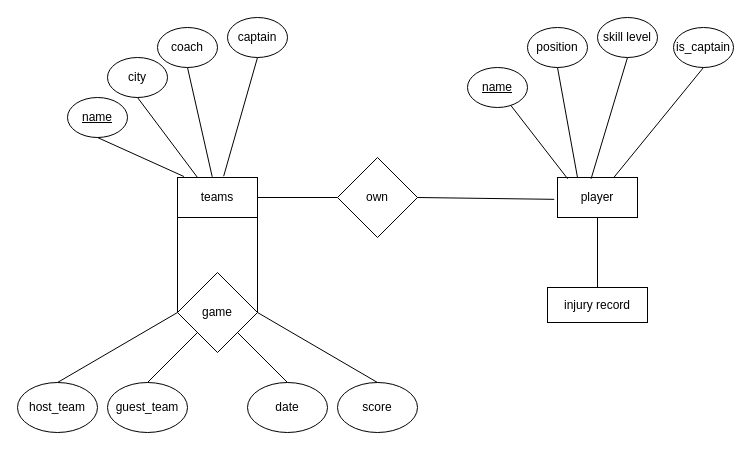
This is hw2_part8A.drawio from jamessu1201/Database_System, a draw.io file, before an edit. Source tidied: cells renumbered, new cells numbered last; positions are measured from the earlier drawing's top-left corner, leaving out a move shared by most shapes. Both pictures are drawn from the tidied source at 100%, with x=0, y=0 at pixel (17, 17).
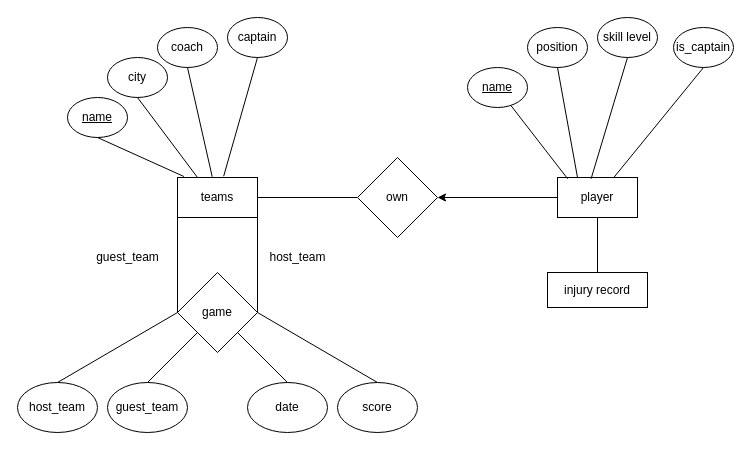
After the change.

Unchanged cells that the change refers to:
```xml
<mxCell id="12" value="player" style="rounded=0;whiteSpace=wrap;html=1;" parent="1" vertex="1">
  <mxGeometry x="540" y="160" width="80" height="40" as="geometry" />
</mxCell>
```

Change to the diagram source:
```diff
@@
+    <mxCell id="36" style="edgeStyle=orthogonalEdgeStyle;rounded=0;jettySize=auto;html=1;" parent="1" edge="1" source="12" target="21">
+      <mxGeometry relative="1" as="geometry" />
+    </mxCell>
@@
     <mxCell id="21" value="own" style="rhombus;whiteSpace=wrap;html=1;" parent="1" vertex="1">
-      <mxGeometry x="320" y="140" width="80" height="80" as="geometry" />
+      <mxGeometry x="340" y="140" width="80" height="80" as="geometry" />
     </mxCell>
-    <mxCell id="22" style="endArrow=none;html=1;rounded=0;entryX=-0.041;entryY=0.546;entryDx=0;entryDy=0;entryPerimeter=0;exitX=1;exitY=0.5;exitDx=0;exitDy=0;" parent="1" edge="1" source="21" target="12">
-      <mxGeometry relative="1" as="geometry" />
-    </mxCell>
@@
     <mxCell id="35" value="injury record" style="rounded=0;whiteSpace=wrap;html=1;" parent="1" vertex="1">
-      <mxGeometry x="530" y="270" width="100" height="35" as="geometry" />
+      <mxGeometry x="530" y="255" width="100" height="35" as="geometry" />
     </mxCell>
+    <mxCell id="37" value="host_team" style="text;html=1;align=center;verticalAlign=middle;strokeColor=none;fillColor=none;" parent="1" vertex="1">
+      <mxGeometry x="240" y="225" width="80" height="30" as="geometry" />
+    </mxCell>
+    <mxCell id="38" value="guest_team" style="text;html=1;align=center;verticalAlign=middle;strokeColor=none;fillColor=none;" parent="1" vertex="1">
+      <mxGeometry x="65" y="225" width="90" height="30" as="geometry" />
+    </mxCell>
```
